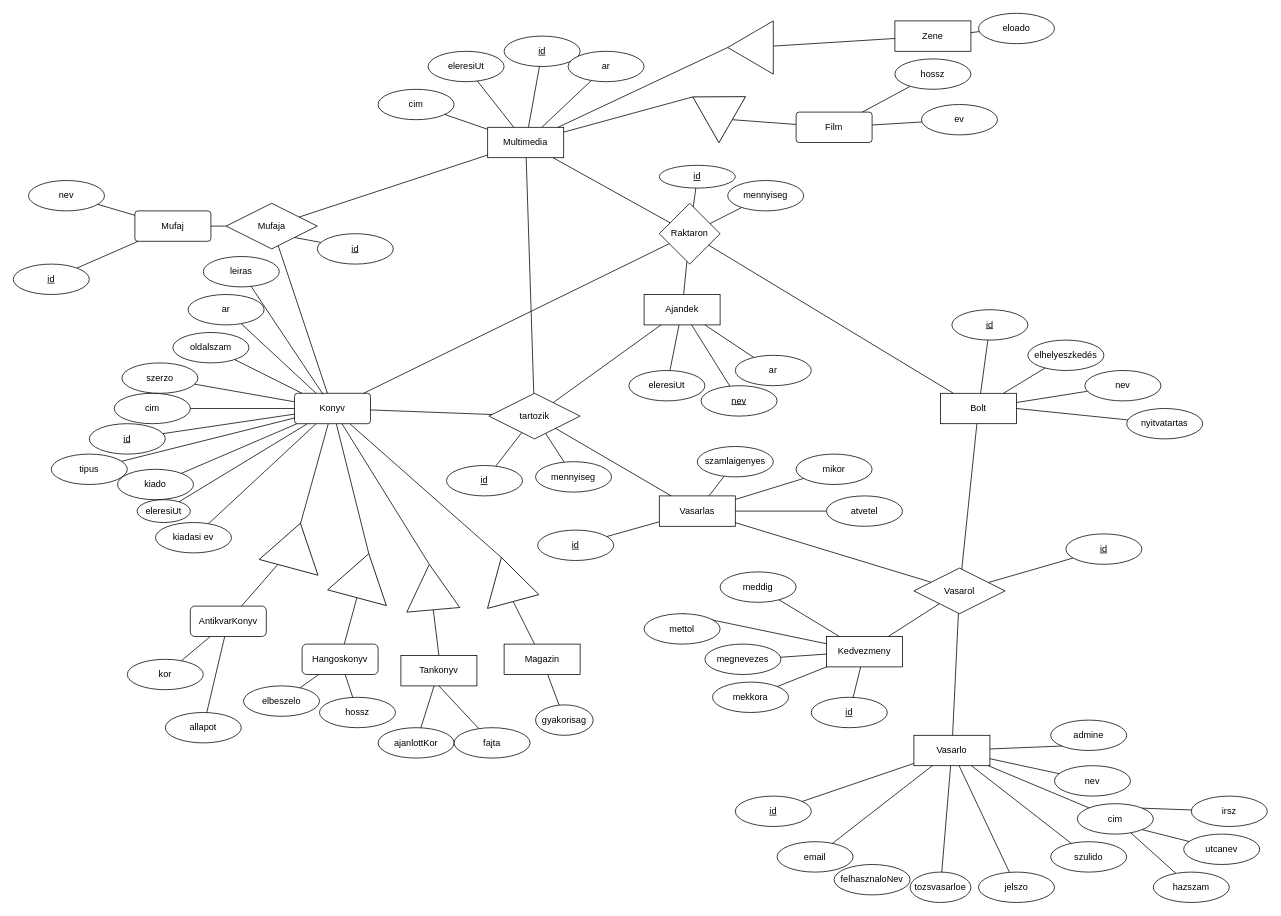
This is diagram/ek-diagram.drawio from SimSom491/Bookshop, a draw.io file, before an edit. Source tidied: cells renumbered, new cells numbered last; positions are measured from the earlier drawing's top-left corner, leaving out a move shared by most shapes. Both pictures are drawn from the tidied source at 76%, with x=0, y=0 at pixel (13, 13).
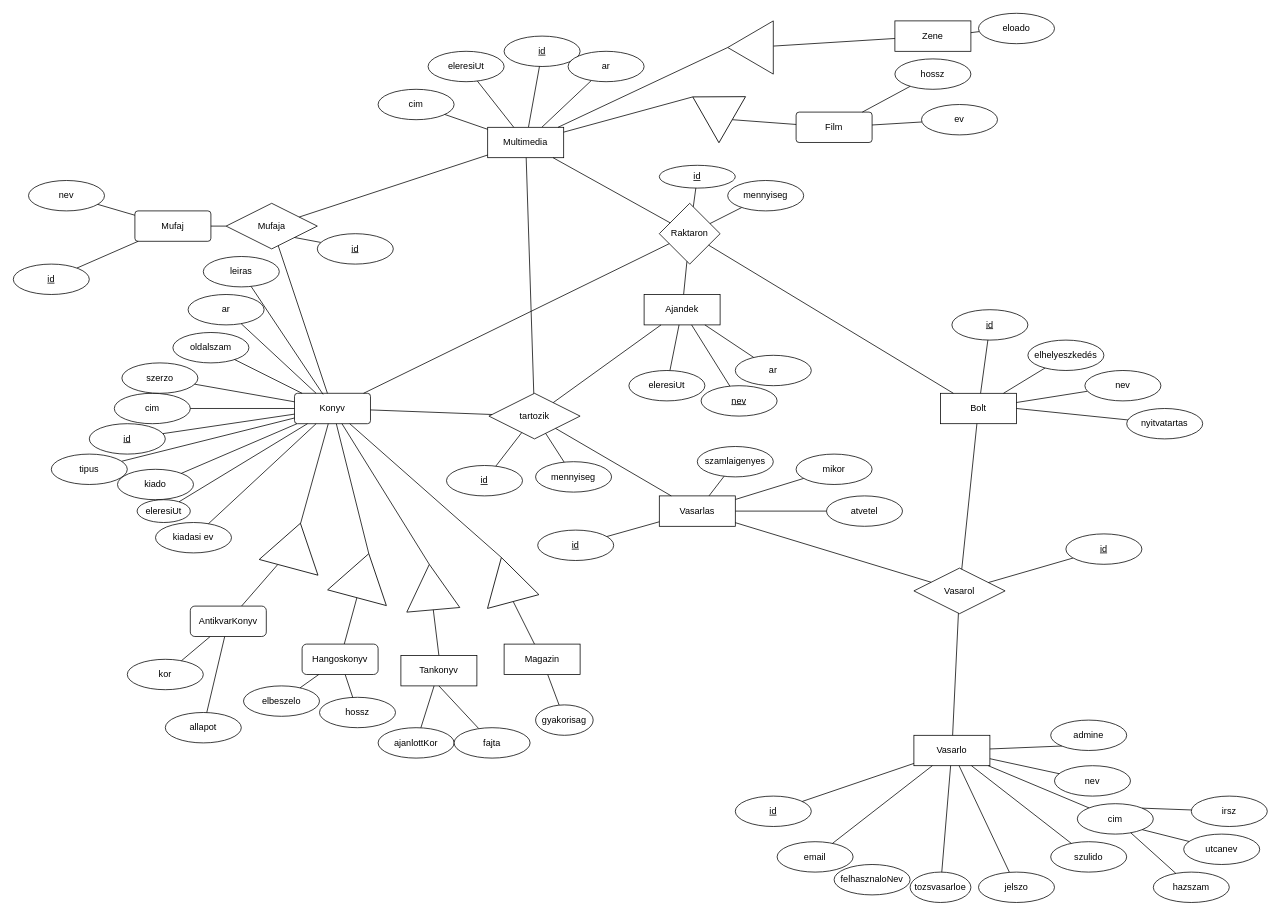
The same diagram, later.

The change refers to these unchanged cells:
```xml
<mxCell id="29" value="Vasarol" style="shape=rhombus;perimeter=rhombusPerimeter;whiteSpace=wrap;html=1;align=center;" parent="1" vertex="1">
  <mxGeometry x="1185" y="730" width="120" height="60" as="geometry" />
</mxCell>
```

What changed in the source:
```diff
@@
-    <mxCell id="87" value="Kedvezmeny" style="whiteSpace=wrap;html=1;align=center;" parent="1" vertex="1">
-      <mxGeometry x="1070" y="820" width="100" height="40" as="geometry" />
-    </mxCell>
-    <mxCell id="88" style="endArrow=none;html=1;exitX=0.5;exitY=0;exitDx=0;exitDy=0;" parent="1" edge="1" source="89" target="87">
-      <mxGeometry relative="1" as="geometry" />
-    </mxCell>
-    <mxCell id="89" value="mettol" style="ellipse;whiteSpace=wrap;html=1;align=center;" parent="1" vertex="1">
-      <mxGeometry x="830" y="790" width="100" height="40" as="geometry" />
-    </mxCell>
-    <mxCell id="90" value="meddig" style="ellipse;whiteSpace=wrap;html=1;align=center;" parent="1" vertex="1">
-      <mxGeometry x="930" y="735" width="100" height="40" as="geometry" />
-    </mxCell>
-    <mxCell id="91" value="mekkora" style="ellipse;whiteSpace=wrap;html=1;align=center;" parent="1" vertex="1">
-      <mxGeometry x="920" y="880" width="100" height="40" as="geometry" />
-    </mxCell>
-    <mxCell id="92" style="endArrow=none;html=1;" parent="1" edge="1" source="87" target="91">
-      <mxGeometry relative="1" as="geometry" />
-    </mxCell>
-    <mxCell id="93" style="endArrow=none;html=1;" parent="1" edge="1" source="87" target="90">
-      <mxGeometry relative="1" as="geometry" />
-    </mxCell>
-    <mxCell id="94" style="edgeStyle=orthogonalEdgeStyle;rounded=0;orthogonalLoop=1;jettySize=auto;html=1;exitX=0.5;exitY=1;exitDx=0;exitDy=0;endArrow=none;endFill=0;" parent="1" edge="1" source="91" target="91">
-      <mxGeometry relative="1" as="geometry" />
-    </mxCell>
-    <mxCell id="95" style="endArrow=none;html=1;" parent="1" edge="1" source="87" target="29">
-      <mxGeometry relative="1" as="geometry" />
-    </mxCell>
-    <mxCell id="96" style="endArrow=none;html=1;" parent="1" edge="1" source="97" target="87">
-      <mxGeometry relative="1" as="geometry" />
-    </mxCell>
-    <mxCell id="97" value="id" style="ellipse;whiteSpace=wrap;html=1;align=center;fontStyle=4;" parent="1" vertex="1">
-      <mxGeometry x="1050" y="900" width="100" height="40" as="geometry" />
-    </mxCell>
-    <mxCell id="98" style="endArrow=none;html=1;" parent="1" edge="1" source="99" target="87">
-      <mxGeometry relative="1" as="geometry" />
-    </mxCell>
-    <mxCell id="99" value="megnevezes" style="ellipse;whiteSpace=wrap;html=1;align=center;" parent="1" vertex="1">
-      <mxGeometry x="910" y="830" width="100" height="40" as="geometry" />
-    </mxCell>
```
